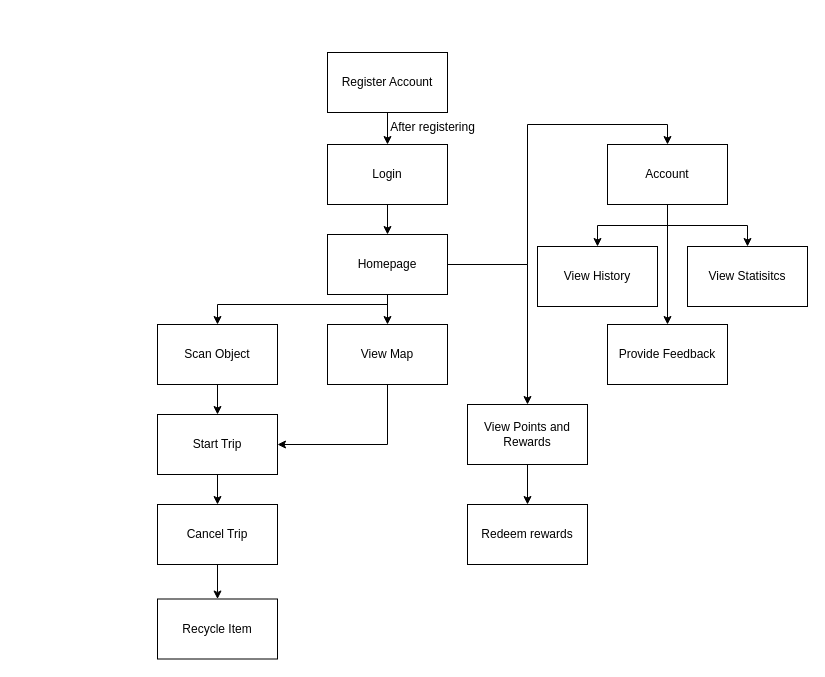
This is src/Untitled Diagram.drawio from sathwiik/Main-page-template, a draw.io file, before an edit. Source tidied: cells renumbered, new cells numbered last; positions are measured from the earlier drawing's top-left corner, leaving out a move shared by most shapes. Both pictures are drawn from the tidied source at 100%, with x=0, y=0 at pixel (157, 52).
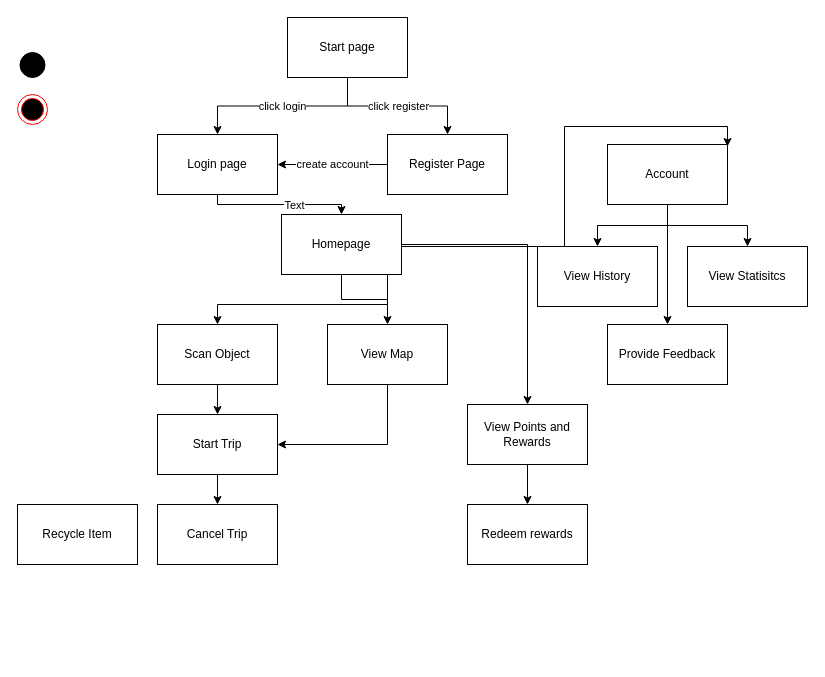
The same page after the edit.

The change refers to these unchanged cells:
```xml
<mxCell id="9" value="Account" style="rounded=0;whiteSpace=wrap;html=1;" parent="1" vertex="1">
  <mxGeometry x="450" y="92" width="120" height="60" as="geometry" />
</mxCell>
<mxCell id="24" value="Cancel Trip" style="rounded=0;whiteSpace=wrap;html=1;" parent="1" vertex="1">
  <mxGeometry y="452" width="120" height="60" as="geometry" />
</mxCell>
```

Diff of the diagram source:
```diff
@@
-    <mxCell id="2" style="edgeStyle=orthogonalEdgeStyle;rounded=0;jettySize=auto;html=1;" parent="1" edge="1" source="3" target="5">
+    <mxCell id="2" value="create account" style="edgeStyle=orthogonalEdgeStyle;rounded=0;jettySize=auto;html=1;" parent="1" edge="1" source="3" target="5">
       <mxGeometry relative="1" as="geometry" />
     </mxCell>
-    <mxCell id="3" value="Register Account" style="rounded=0;whiteSpace=wrap;html=1;" parent="1" vertex="1">
-      <mxGeometry x="170" width="120" height="60" as="geometry" />
+    <mxCell id="3" value="Register Page" style="rounded=0;whiteSpace=wrap;html=1;" parent="1" vertex="1">
+      <mxGeometry x="230" y="82" width="120" height="60" as="geometry" />
     </mxCell>
-    <mxCell id="4" style="edgeStyle=orthogonalEdgeStyle;rounded=0;jettySize=auto;html=1;exitX=0.5;exitY=1;exitDx=0;exitDy=0;entryX=0.5;entryY=0;entryDx=0;entryDy=0;" parent="1" edge="1" source="5" target="22">
-      <mxGeometry relative="1" as="geometry" />
+    <mxCell id="4" style="edgeStyle=orthogonalEdgeStyle;rounded=0;jettySize=auto;html=1;" parent="1" edge="1" source="5" target="22">
+      <mxGeometry relative="1" as="geometry">
+        <Array as="points">
+          <mxPoint x="60" y="152" />
+          <mxPoint x="184" y="152" />
+        </Array>
+      </mxGeometry>
     </mxCell>
+    <mxCell id="31" value="Text" style="edgeLabel;html=1;align=center;verticalAlign=middle;" parent="4" vertex="1">
+      <mxGeometry x="0.2" relative="1" as="geometry" />
+    </mxCell>
-    <mxCell id="5" value="Login" style="rounded=0;whiteSpace=wrap;html=1;" parent="1" vertex="1">
-      <mxGeometry x="170" y="92" width="120" height="60" as="geometry" />
+    <mxCell id="5" value="Login page" style="rounded=0;whiteSpace=wrap;html=1;" parent="1" vertex="1">
+      <mxGeometry y="82" width="120" height="60" as="geometry" />
     </mxCell>
@@
-    <mxCell id="21" style="edgeStyle=orthogonalEdgeStyle;rounded=0;jettySize=auto;html=1;exitX=1;exitY=0.5;exitDx=0;exitDy=0;entryX=0.5;entryY=0;entryDx=0;entryDy=0;" parent="1" edge="1" source="22" target="9">
-      <mxGeometry relative="1" as="geometry" />
+    <mxCell id="21" style="edgeStyle=orthogonalEdgeStyle;rounded=0;jettySize=auto;html=1;exitX=1;exitY=0.5;exitDx=0;exitDy=0;entryX=0.5;entryY=0;entryDx=0;entryDy=0;" parent="1" edge="1" source="22">
+      <mxGeometry relative="1" as="geometry">
+        <mxPoint x="570" y="94" as="targetPoint" />
+        <Array as="points">
+          <mxPoint x="244" y="194" />
+          <mxPoint x="407" y="194" />
+          <mxPoint x="407" y="74" />
+          <mxPoint x="570" y="74" />
+        </Array>
+      </mxGeometry>
     </mxCell>
     <mxCell id="22" value="Homepage" style="rounded=0;whiteSpace=wrap;html=1;" parent="1" vertex="1">
-      <mxGeometry x="170" y="182" width="120" height="60" as="geometry" />
+      <mxGeometry x="124" y="162" width="120" height="60" as="geometry" />
     </mxCell>
-    <mxCell id="23" style="edgeStyle=orthogonalEdgeStyle;rounded=0;jettySize=auto;html=1;exitX=0.5;exitY=1;exitDx=0;exitDy=0;entryX=0.5;entryY=0;entryDx=0;entryDy=0;" parent="1" edge="1" source="24" target="25">
-      <mxGeometry relative="1" as="geometry" />
-    </mxCell>
@@
     <mxCell id="25" value="Recycle Item" style="rounded=0;whiteSpace=wrap;html=1;" parent="1" vertex="1">
-      <mxGeometry y="546.5" width="120" height="60" as="geometry" />
+      <mxGeometry x="-140" y="452" width="120" height="60" as="geometry" />
     </mxCell>
@@
-    <mxCell id="30" value="After registering" style="text;html=1;align=center;verticalAlign=middle;strokeColor=none;fillColor=none;" parent="1" vertex="1">
-      <mxGeometry x="220" y="60" width="110" height="30" as="geometry" />
-    </mxCell>
+    <mxCell id="32" value="click register" style="edgeStyle=orthogonalEdgeStyle;rounded=0;jettySize=auto;html=1;exitX=0.5;exitY=1;exitDx=0;exitDy=0;entryX=0.5;entryY=0;entryDx=0;entryDy=0;" parent="1" edge="1" source="34" target="3">
+      <mxGeometry relative="1" as="geometry" />
+    </mxCell>
+    <mxCell id="33" value="click login" style="edgeStyle=orthogonalEdgeStyle;rounded=0;jettySize=auto;html=1;exitX=0.5;exitY=1;exitDx=0;exitDy=0;entryX=0.5;entryY=0;entryDx=0;entryDy=0;" parent="1" edge="1" source="34" target="5">
+      <mxGeometry relative="1" as="geometry" />
+    </mxCell>
+    <mxCell id="34" value="Start page" style="rounded=0;whiteSpace=wrap;html=1;" parent="1" vertex="1">
+      <mxGeometry x="130" y="-35" width="120" height="60" as="geometry" />
+    </mxCell>
+    <mxCell id="35" style="ellipse;html=1;shape=endState;fillColor=#000000;strokeColor=#ff0000;" parent="1" vertex="1">
+      <mxGeometry x="-140" y="42" width="30" height="30" as="geometry" />
+    </mxCell>
+    <mxCell id="36" style="ellipse;whiteSpace=wrap;html=1;fillColor=#000000;" parent="1" vertex="1">
+      <mxGeometry x="-137.5" width="25" height="25" as="geometry" />
+    </mxCell>
```
